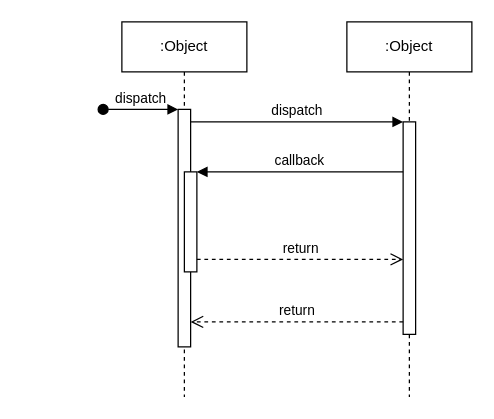
This is Untitled Diagram.drawio from VCOliver/SOFIA, a draw.io file, before an edit. Source tidied: cells renumbered, new cells numbered last; positions are measured from the earlier drawing's top-left corner, leaving out a move shared by most shapes. Both pictures are drawn from the tidied source at 125%, with x=0, y=0 at pixel (102, 21).
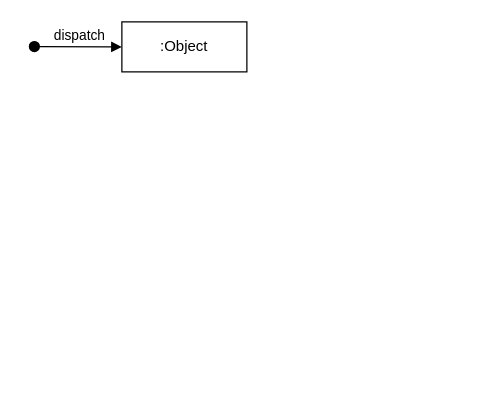
After the change.

Commit message:
PID SOFIA

The edit, as a diff of the source:
```diff
@@
 <mxGraphModel>
   <root>
     <mxCell id="0" />
     <mxCell id="1" parent="0" />
     <mxCell id="2" value=":Object" style="shape=umlLifeline;perimeter=lifelinePerimeter;whiteSpace=wrap;html=1;newEdgeStyle={&quot;edgeStyle&quot;:&quot;elbowEdgeStyle&quot;,&quot;elbow&quot;:&quot;vertical&quot;,&quot;curved&quot;:0,&quot;rounded&quot;:0};" parent="1" vertex="1">
-      <mxGeometry x="15" width="100" height="300" as="geometry" />
+      <mxGeometry x="15" width="100" height="40" as="geometry" />
     </mxCell>
-    <mxCell id="3" style="html=1;points=[];perimeter=orthogonalPerimeter;outlineConnect=0;targetShapes=umlLifeline;portConstraint=eastwest;newEdgeStyle={&quot;edgeStyle&quot;:&quot;elbowEdgeStyle&quot;,&quot;elbow&quot;:&quot;vertical&quot;,&quot;curved&quot;:0,&quot;rounded&quot;:0};" parent="2" vertex="1">
-      <mxGeometry x="45" y="70" width="10" height="190" as="geometry" />
-    </mxCell>
-    <mxCell id="4" value="dispatch" style="html=1;verticalAlign=bottom;startArrow=oval;endArrow=block;startSize=8;edgeStyle=elbowEdgeStyle;elbow=vertical;curved=0;rounded=0;" parent="2" edge="1" target="3">
-      <mxGeometry relative="1" as="geometry">
-        <mxPoint x="-15" y="70" as="sourcePoint" />
+    <mxCell id="4" value="dispatch" style="html=1;verticalAlign=bottom;startArrow=oval;endArrow=block;startSize=8;edgeStyle=elbowEdgeStyle;elbow=vertical;curved=0;rounded=0;" parent="1" edge="1">
+      <mxGeometry x="0.01" relative="1" as="geometry">
+        <mxPoint x="-55" y="19.7" as="sourcePoint" />
+        <mxPoint x="15" y="20" as="targetPoint" />
       </mxGeometry>
     </mxCell>
-    <mxCell id="5" style="html=1;points=[];perimeter=orthogonalPerimeter;outlineConnect=0;targetShapes=umlLifeline;portConstraint=eastwest;newEdgeStyle={&quot;edgeStyle&quot;:&quot;elbowEdgeStyle&quot;,&quot;elbow&quot;:&quot;vertical&quot;,&quot;curved&quot;:0,&quot;rounded&quot;:0};" parent="2" vertex="1">
-      <mxGeometry x="50" y="120" width="10" height="80" as="geometry" />
-    </mxCell>
-    <mxCell id="6" value=":Object" style="shape=umlLifeline;perimeter=lifelinePerimeter;whiteSpace=wrap;html=1;newEdgeStyle={&quot;edgeStyle&quot;:&quot;elbowEdgeStyle&quot;,&quot;elbow&quot;:&quot;vertical&quot;,&quot;curved&quot;:0,&quot;rounded&quot;:0};" parent="1" vertex="1">
-      <mxGeometry x="195" width="100" height="300" as="geometry" />
-    </mxCell>
-    <mxCell id="7" style="html=1;points=[];perimeter=orthogonalPerimeter;outlineConnect=0;targetShapes=umlLifeline;portConstraint=eastwest;newEdgeStyle={&quot;edgeStyle&quot;:&quot;elbowEdgeStyle&quot;,&quot;elbow&quot;:&quot;vertical&quot;,&quot;curved&quot;:0,&quot;rounded&quot;:0};" parent="6" vertex="1">
-      <mxGeometry x="45" y="80" width="10" height="170" as="geometry" />
-    </mxCell>
-    <mxCell id="8" value="dispatch" style="html=1;verticalAlign=bottom;endArrow=block;edgeStyle=elbowEdgeStyle;elbow=vertical;curved=0;rounded=0;" parent="1" edge="1" source="3" target="7">
-      <mxGeometry relative="1" as="geometry">
-        <Array as="points">
-          <mxPoint x="155" y="80" />
-        </Array>
-      </mxGeometry>
-    </mxCell>
-    <mxCell id="9" value="return" style="html=1;verticalAlign=bottom;endArrow=open;dashed=1;endSize=8;edgeStyle=elbowEdgeStyle;elbow=vertical;curved=0;rounded=0;" parent="1" edge="1" source="7" target="3">
-      <mxGeometry relative="1" as="geometry">
-        <Array as="points">
-          <mxPoint x="165" y="240" />
-        </Array>
-      </mxGeometry>
-    </mxCell>
-    <mxCell id="10" value="callback" style="html=1;verticalAlign=bottom;endArrow=block;edgeStyle=elbowEdgeStyle;elbow=vertical;curved=0;rounded=0;" parent="1" edge="1" source="7" target="5">
-      <mxGeometry relative="1" as="geometry">
-        <Array as="points">
-          <mxPoint x="165" y="120" />
-        </Array>
-      </mxGeometry>
-    </mxCell>
-    <mxCell id="11" value="return" style="html=1;verticalAlign=bottom;endArrow=open;dashed=1;endSize=8;edgeStyle=elbowEdgeStyle;elbow=vertical;curved=0;rounded=0;" parent="1" edge="1" source="5" target="7">
-      <mxGeometry relative="1" as="geometry">
-        <Array as="points">
-          <mxPoint x="155" y="190" />
-        </Array>
-      </mxGeometry>
-    </mxCell>
   </root>
 </mxGraphModel>
```
